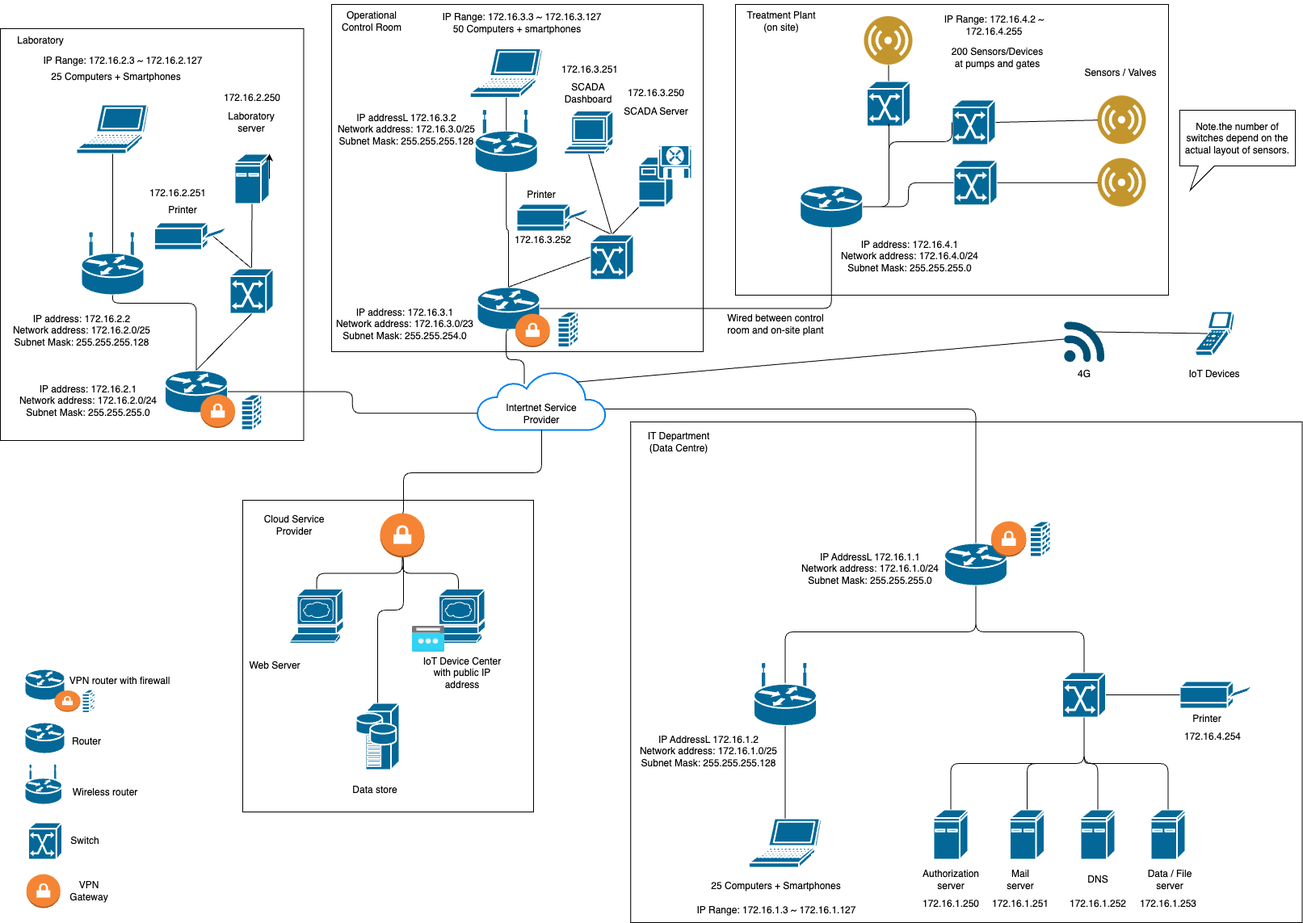
Before: camn/summative/network_design.png, a diagram exported from draw.io (JinIgarashi/york-cs-ai-online). Source tidied: cells renumbered, new cells last; positions are measured from the earlier drawing's top-left corner, leaving out a move shared by most shapes.
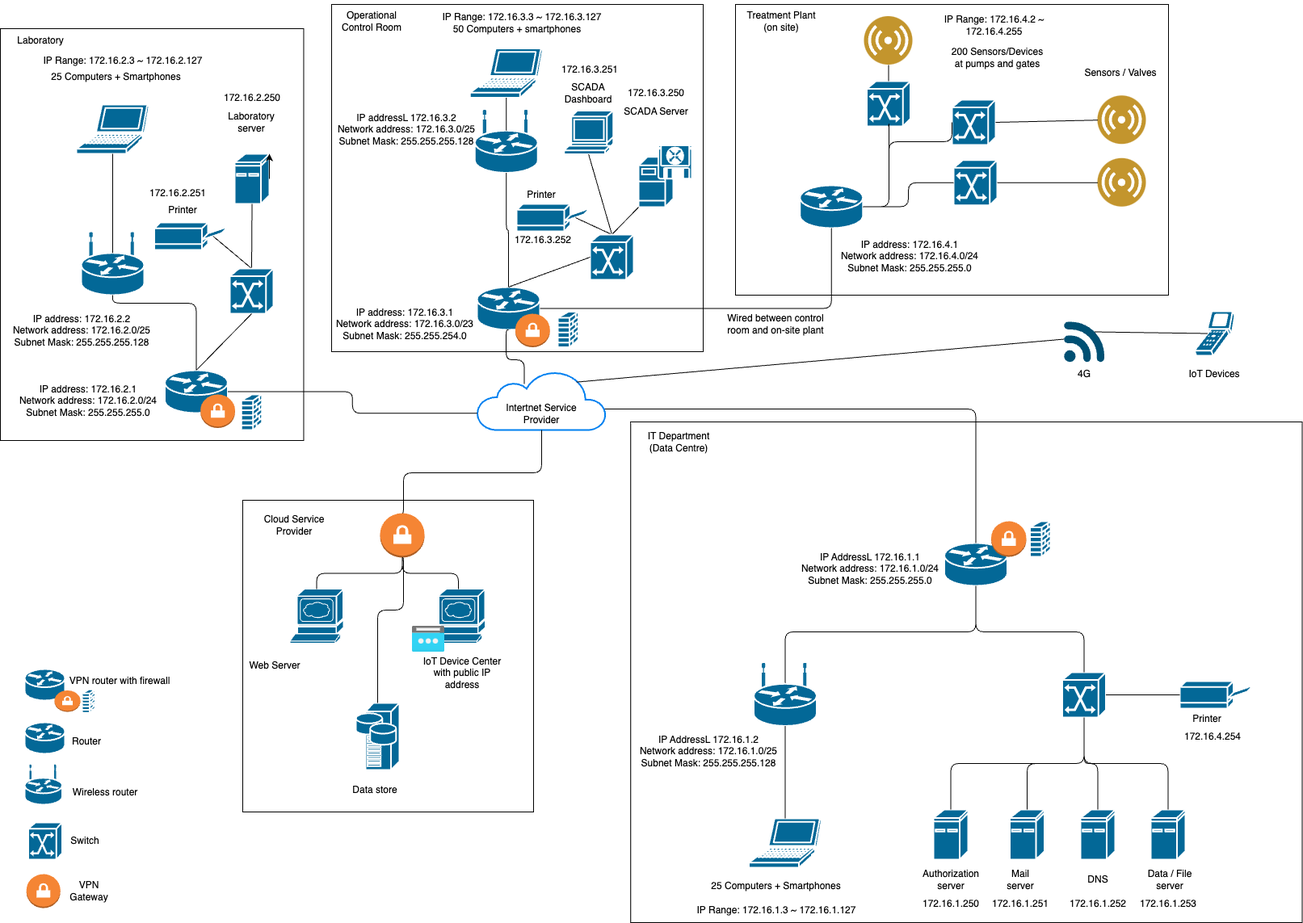
Above is the later version.

What changed in the source:
```diff
@@ -338,9 +338,6 @@
     <mxCell id="101" style="endArrow=none;html=1;elbow=vertical;entryX=0.005;entryY=0.43;entryDx=0;entryDy=0;entryPerimeter=0;exitX=0.769;exitY=0.187;exitDx=0;exitDy=0;exitPerimeter=0;" parent="1" edge="1" source="50" target="98">
       <mxGeometry relative="1" as="geometry" />
     </mxCell>
-    <mxCell id="102" value="Note.the number of switches depend on the actual layout of sensors." style="shape=callout;whiteSpace=wrap;html=1;perimeter=calloutPerimeter;position2=0.09;size=30;position=0.16;" parent="1" vertex="1">
-      <mxGeometry x="1460" y="135" width="143" height="99" as="geometry" />
-    </mxCell>
     <mxCell id="103" style="endArrow=none;html=1;exitX=0.366;exitY=0.219;exitDx=0;exitDy=0;exitPerimeter=0;edgeStyle=orthogonalEdgeStyle;entryX=0.5;entryY=1;entryDx=0;entryDy=0;entryPerimeter=0;" parent="1" edge="1" source="50" target="12">
       <mxGeometry relative="1" as="geometry">
         <Array as="points">
```
